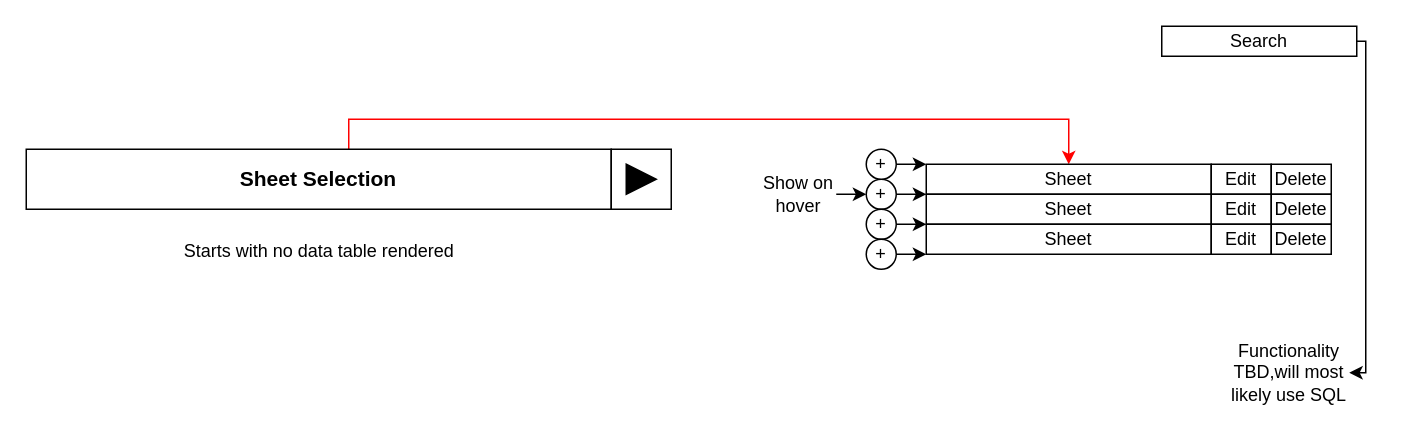
Earlier version of the draw.io diagram Planning/Home Page Layout.drawio (nrose5/Inventory-Project). Source tidied: cells renumbered, new cells numbered last; positions are measured from the earlier drawing's top-left corner, leaving out a move shared by most shapes. Both pictures are drawn from the tidied source at 150%, with x=0, y=0 at pixel (26, 26).
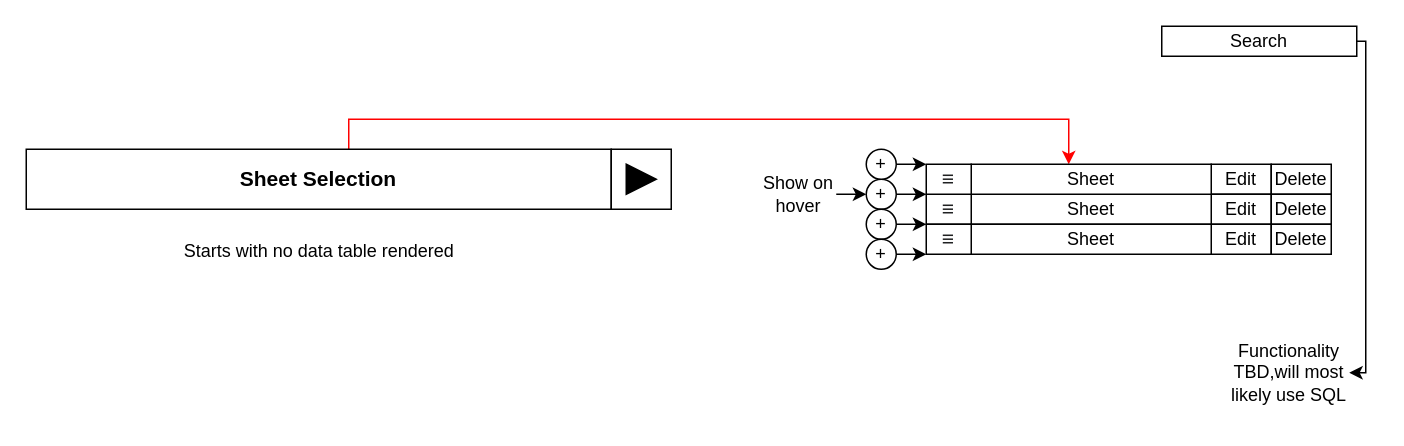
The same page after the edit.

Unchanged cells that the change refers to:
```xml
<mxCell id="3" value="Sheet Selection" style="rounded=0;whiteSpace=wrap;html=1;fontSize=14;fontStyle=1;" parent="1" vertex="1">
  <mxGeometry y="82" width="390" height="40" as="geometry" />
</mxCell>
```

Diff of the diagram source:
```diff
@@
-    <mxCell id="2" style="edgeStyle=orthogonalEdgeStyle;rounded=0;jettySize=auto;html=1;entryX=0.5;entryY=0;entryDx=0;entryDy=0;strokeColor=#FF0000;" parent="1" edge="1" source="3" target="4">
+    <mxCell id="2" style="edgeStyle=orthogonalEdgeStyle;rounded=0;jettySize=auto;html=1;entryX=0.5;entryY=0;entryDx=0;entryDy=0;strokeColor=#FF0000;" parent="1" edge="1" source="3">
       <mxGeometry relative="1" as="geometry">
+        <mxPoint x="695" y="92" as="targetPoint" />
         <Array as="points">
           <mxPoint x="215" y="62" />
           <mxPoint x="695" y="62" />
         </Array>
       </mxGeometry>
     </mxCell>
@@
-    <mxCell id="4" value="Sheet" style="rounded=0;whiteSpace=wrap;html=1;" parent="1" vertex="1">
-      <mxGeometry x="600" y="92" width="190" height="20" as="geometry" />
-    </mxCell>
@@
-    <mxCell id="17" value="Sheet" style="rounded=0;whiteSpace=wrap;html=1;" parent="1" vertex="1">
-      <mxGeometry x="600" y="112" width="190" height="20" as="geometry" />
-    </mxCell>
@@
-    <mxCell id="20" value="Sheet" style="rounded=0;whiteSpace=wrap;html=1;" parent="1" vertex="1">
-      <mxGeometry x="600" y="132" width="190" height="20" as="geometry" />
-    </mxCell>
@@
+    <mxCell id="29" value="Sheet" style="rounded=0;whiteSpace=wrap;html=1;" parent="1" vertex="1">
+      <mxGeometry x="630" y="112" width="160" height="20" as="geometry" />
+    </mxCell>
+    <mxCell id="30" value="&lt;span style=&quot;color: rgb(32 , 33 , 34) ; font-family: sans-serif ; font-size: 14px ; background-color: rgb(255 , 255 , 255)&quot;&gt;≡&lt;/span&gt;" style="rounded=0;whiteSpace=wrap;html=1;" parent="1" vertex="1">
+      <mxGeometry x="600" y="112" width="30" height="20" as="geometry" />
+    </mxCell>
+    <mxCell id="31" value="Sheet" style="rounded=0;whiteSpace=wrap;html=1;" parent="1" vertex="1">
+      <mxGeometry x="630" y="132" width="160" height="20" as="geometry" />
+    </mxCell>
+    <mxCell id="32" value="&lt;span style=&quot;color: rgb(32 , 33 , 34) ; font-family: sans-serif ; font-size: 14px ; background-color: rgb(255 , 255 , 255)&quot;&gt;≡&lt;/span&gt;" style="rounded=0;whiteSpace=wrap;html=1;" parent="1" vertex="1">
+      <mxGeometry x="600" y="132" width="30" height="20" as="geometry" />
+    </mxCell>
+    <mxCell id="33" value="Sheet" style="rounded=0;whiteSpace=wrap;html=1;" parent="1" vertex="1">
+      <mxGeometry x="630" y="92" width="160" height="20" as="geometry" />
+    </mxCell>
+    <mxCell id="34" value="&lt;span style=&quot;color: rgb(32 , 33 , 34) ; font-family: sans-serif ; font-size: 14px ; background-color: rgb(255 , 255 , 255)&quot;&gt;≡&lt;/span&gt;" style="rounded=0;whiteSpace=wrap;html=1;" parent="1" vertex="1">
+      <mxGeometry x="600" y="92" width="30" height="20" as="geometry" />
+    </mxCell>
```
